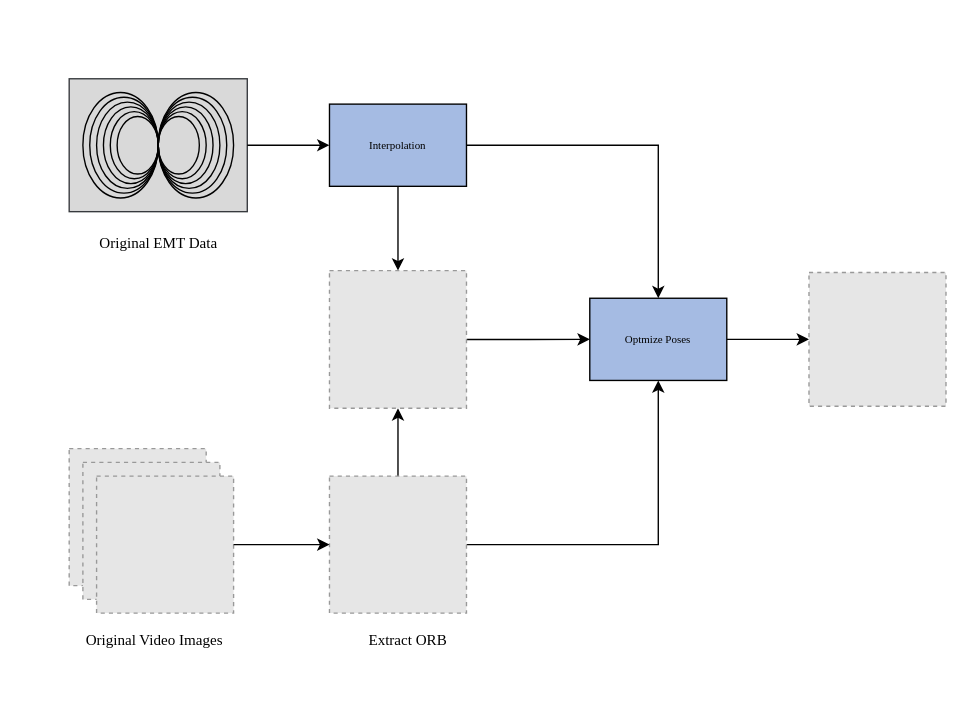
The draw.io diagram framework.drawio in Abigail248/endoscope_orb_slan3, before the edit. Source tidied: cells renumbered, new cells numbered last; positions are measured from the earlier drawing's top-left corner, leaving out a move shared by most shapes. Both pictures are drawn from the tidied source at 137%, with x=0, y=0 at pixel (68, 78). Pictures stored in the file or linked from it are replaced by grey dashed boxes.
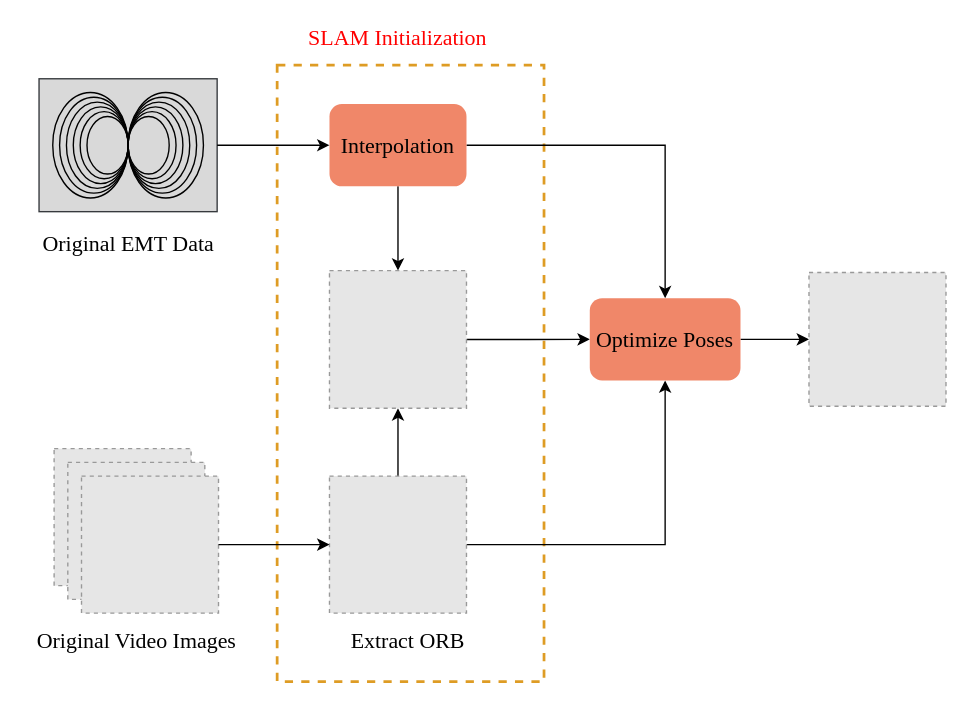
The same diagram, later.

Change to the diagram source:
```diff
@@
+    <mxCell id="44" style="rounded=0;whiteSpace=wrap;html=1;strokeColor=#DE9C24;fillColor=none;strokeWidth=2;dashed=1;" parent="1" vertex="1">
+      <mxGeometry x="151.8" y="-10" width="194.8" height="450" as="geometry" />
+    </mxCell>
     <mxCell id="2" style="group;" parent="1" vertex="1">
-      <mxGeometry width="150" height="130" as="geometry" />
+      <mxGeometry x="-22" width="150" height="130" as="geometry" />
     </mxCell>
@@
-    <mxCell id="23" value="&lt;font style=&quot;font-size: 11px;&quot;&gt;Original EMT Data&lt;br&gt;&lt;/font&gt;" style="text;html=1;strokeColor=none;fillColor=none;align=center;verticalAlign=middle;whiteSpace=wrap;rounded=0;fontFamily=Times New Roman;fontSize=8;" parent="2" vertex="1">
-      <mxGeometry x="7.5" y="110" width="115" height="20" as="geometry" />
+    <mxCell id="23" value="&lt;font style=&quot;font-size: 16px;&quot;&gt;Original EMT Data&lt;br style=&quot;font-size: 16px;&quot;&gt;&lt;/font&gt;" style="text;html=1;strokeColor=none;fillColor=none;align=center;verticalAlign=middle;whiteSpace=wrap;rounded=0;fontFamily=Times New Roman;fontSize=16;" parent="2" vertex="1">
+      <mxGeometry x="-6.2" y="110" width="142.5" height="20" as="geometry" />
     </mxCell>
@@
-    <mxCell id="26" value="Interpolation" style="rounded=0;whiteSpace=wrap;html=1;fontFamily=Times New Roman;fontSize=8;fillColor=#A5BBE3;strokeColor=#000000;" parent="1" vertex="1">
+    <mxCell id="26" value="Interpolation" style="rounded=1;whiteSpace=wrap;html=1;fontFamily=Times New Roman;fontSize=16;fillColor=#F08769;strokeColor=none;" parent="1" vertex="1">
       <mxGeometry x="190" y="18.5" width="100" height="60" as="geometry" />
     </mxCell>
     <mxCell id="27" style="group;" parent="1" vertex="1">
-      <mxGeometry y="270" width="120" height="150" as="geometry" />
+      <mxGeometry x="-11" y="270" width="170" height="150" as="geometry" />
     </mxCell>
@@
-    <mxCell id="32" value="&lt;font style=&quot;font-size: 11px;&quot;&gt;Original Video Images&lt;br&gt;&lt;/font&gt;" style="text;html=1;strokeColor=none;fillColor=none;align=center;verticalAlign=middle;whiteSpace=wrap;rounded=0;fontFamily=Times New Roman;fontSize=8;" parent="27" vertex="1">
-      <mxGeometry x="5" y="130" width="115" height="20" as="geometry" />
+    <mxCell id="32" value="&lt;font style=&quot;font-size: 16px;&quot;&gt;Original Video Images&lt;br style=&quot;font-size: 16px;&quot;&gt;&lt;/font&gt;" style="text;html=1;strokeColor=none;fillColor=none;align=center;verticalAlign=middle;whiteSpace=wrap;rounded=0;fontFamily=Times New Roman;fontSize=16;" parent="27" vertex="1">
+      <mxGeometry x="-22.5" y="130" width="165" height="20" as="geometry" />
     </mxCell>
@@
-    <mxCell id="37" value="&lt;font style=&quot;font-size: 11px;&quot;&gt;Extract ORB&lt;br&gt;&lt;/font&gt;" style="text;html=1;strokeColor=none;fillColor=none;align=center;verticalAlign=middle;whiteSpace=wrap;rounded=0;fontFamily=Times New Roman;fontSize=8;" parent="1" vertex="1">
+    <mxCell id="37" value="&lt;font style=&quot;font-size: 16px;&quot;&gt;Extract ORB&lt;br style=&quot;font-size: 16px;&quot;&gt;&lt;/font&gt;" style="text;html=1;strokeColor=none;fillColor=none;align=center;verticalAlign=middle;whiteSpace=wrap;rounded=0;fontFamily=Times New Roman;fontSize=16;" parent="1" vertex="1">
       <mxGeometry x="190" y="400" width="115" height="20" as="geometry" />
     </mxCell>
@@
-    <mxCell id="42" value="Optmize Poses" style="rounded=0;whiteSpace=wrap;html=1;fontFamily=Times New Roman;fontSize=8;fillColor=#A5BBE3;strokeColor=#000000;" parent="1" vertex="1">
-      <mxGeometry x="380" y="160.2" width="100" height="60" as="geometry" />
+    <mxCell id="42" value="Optimize Poses" style="rounded=1;whiteSpace=wrap;html=1;fontFamily=Times New Roman;fontSize=16;fillColor=#F08769;strokeColor=none;" parent="1" vertex="1">
+      <mxGeometry x="380" y="160.2" width="110" height="60" as="geometry" />
     </mxCell>
@@
+    <mxCell id="45" value="SLAM Initialization&lt;br style=&quot;font-size: 16px;&quot;&gt;" style="text;html=1;strokeColor=none;fillColor=none;align=center;verticalAlign=middle;whiteSpace=wrap;rounded=0;fontFamily=Times New Roman;fontSize=16;fontColor=#FF0000;" parent="1" vertex="1">
+      <mxGeometry x="150" y="-40" width="180" height="20" as="geometry" />
+    </mxCell>
```
